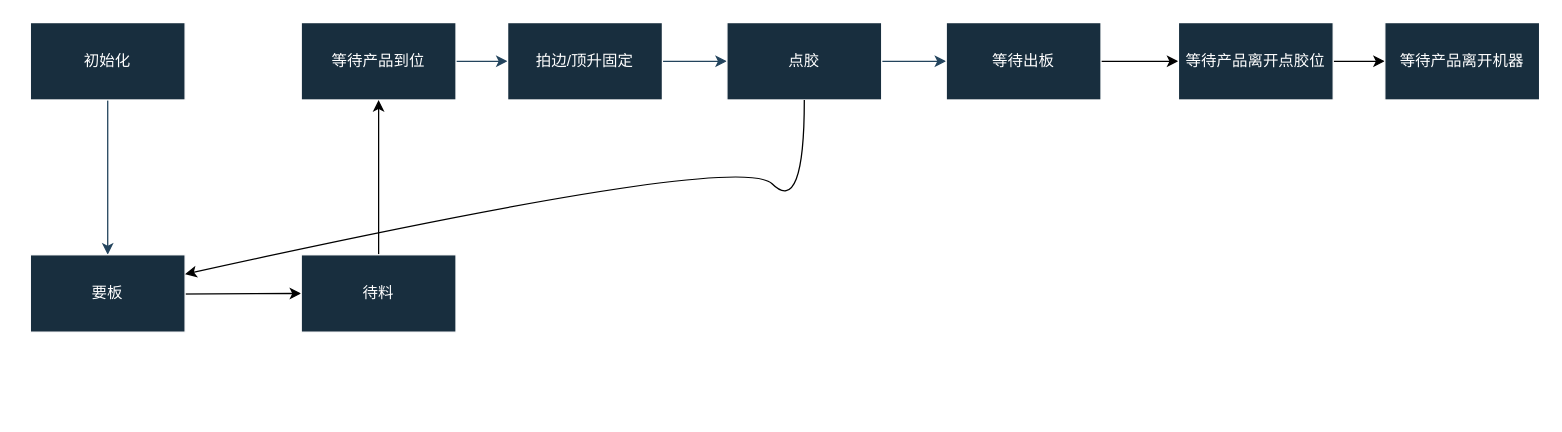
mtpatient/flow_chart keeps this draw.io diagram as 1.drawio. Above is the earlier version. Source tidied: cells renumbered, new cells numbered last; positions are measured from the earlier drawing's top-left corner, leaving out a move shared by most shapes. Both pictures are drawn from the tidied source at 129%, with x=0, y=0 at pixel (30, 22).
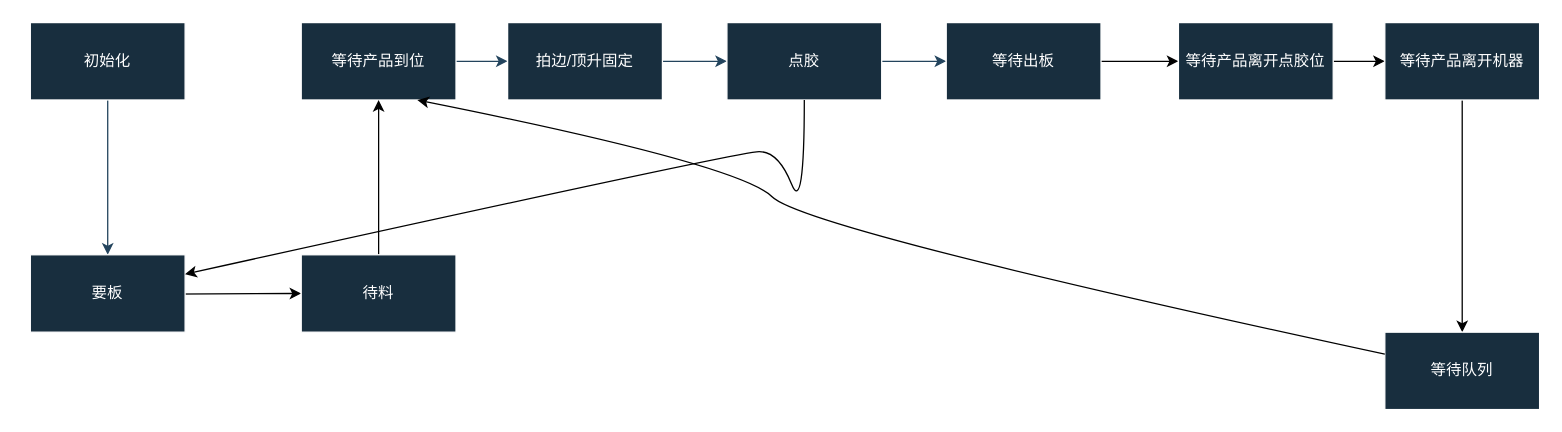
The same diagram, later.

Unchanged cells that the change refers to:
```xml
<mxCell id="5" value="要板" style="whiteSpace=wrap;html=1;fillColor=#182E3E;strokeColor=#FFFFFF;fontColor=#FFFFFF;labelBackgroundColor=none;" parent="1" vertex="1">
  <mxGeometry y="180" width="120" height="60" as="geometry" />
</mxCell>
<mxCell id="7" value="等待产品到位" style="whiteSpace=wrap;html=1;fillColor=#182E3E;strokeColor=#FFFFFF;fontColor=#FFFFFF;labelBackgroundColor=none;" parent="1" vertex="1">
  <mxGeometry x="210" width="120" height="60" as="geometry" />
</mxCell>
<mxCell id="11" value="点胶" style="whiteSpace=wrap;html=1;fillColor=#182E3E;strokeColor=#FFFFFF;fontColor=#FFFFFF;labelBackgroundColor=none;" parent="1" vertex="1">
  <mxGeometry x="540" width="120" height="60" as="geometry" />
</mxCell>
<mxCell id="18" value="等待产品离开机器" style="whiteSpace=wrap;html=1;fillColor=#182E3E;strokeColor=#FFFFFF;fontColor=#FFFFFF;labelBackgroundColor=none;" parent="1" vertex="1">
  <mxGeometry x="1050" width="120" height="60" as="geometry" />
</mxCell>
```

Change to the diagram source:
```diff
@@
+    <mxCell id="20" style="edgeStyle=orthogonalEdgeStyle;rounded=0;jettySize=auto;html=1;" parent="1" edge="1" source="18" target="21">
+      <mxGeometry relative="1" as="geometry" />
+    </mxCell>
@@
     <mxCell id="19" style="curved=1;endArrow=classic;html=1;rounded=0;entryX=1;entryY=0.25;entryDx=0;entryDy=0;" parent="1" edge="1" source="11" target="5">
       <mxGeometry relative="1" as="geometry">
         <Array as="points">
           <mxPoint x="600" y="150" />
+          <mxPoint x="580" y="100" />
           <mxPoint x="550" y="100" />
         </Array>
       </mxGeometry>
     </mxCell>
+    <mxCell id="21" value="等待队列" style="whiteSpace=wrap;html=1;fillColor=#182E3E;strokeColor=#FFFFFF;fontColor=#FFFFFF;labelBackgroundColor=none;" parent="1" vertex="1">
+      <mxGeometry x="1050" y="240" width="120" height="60" as="geometry" />
+    </mxCell>
+    <mxCell id="22" style="curved=1;endArrow=classic;html=1;rounded=0;entryX=0.75;entryY=1;entryDx=0;entryDy=0;" parent="1" edge="1" source="21" target="7">
+      <mxGeometry relative="1" as="geometry">
+        <Array as="points">
+          <mxPoint x="600" y="160" />
+          <mxPoint x="550" y="110" />
+        </Array>
+      </mxGeometry>
+    </mxCell>
```
